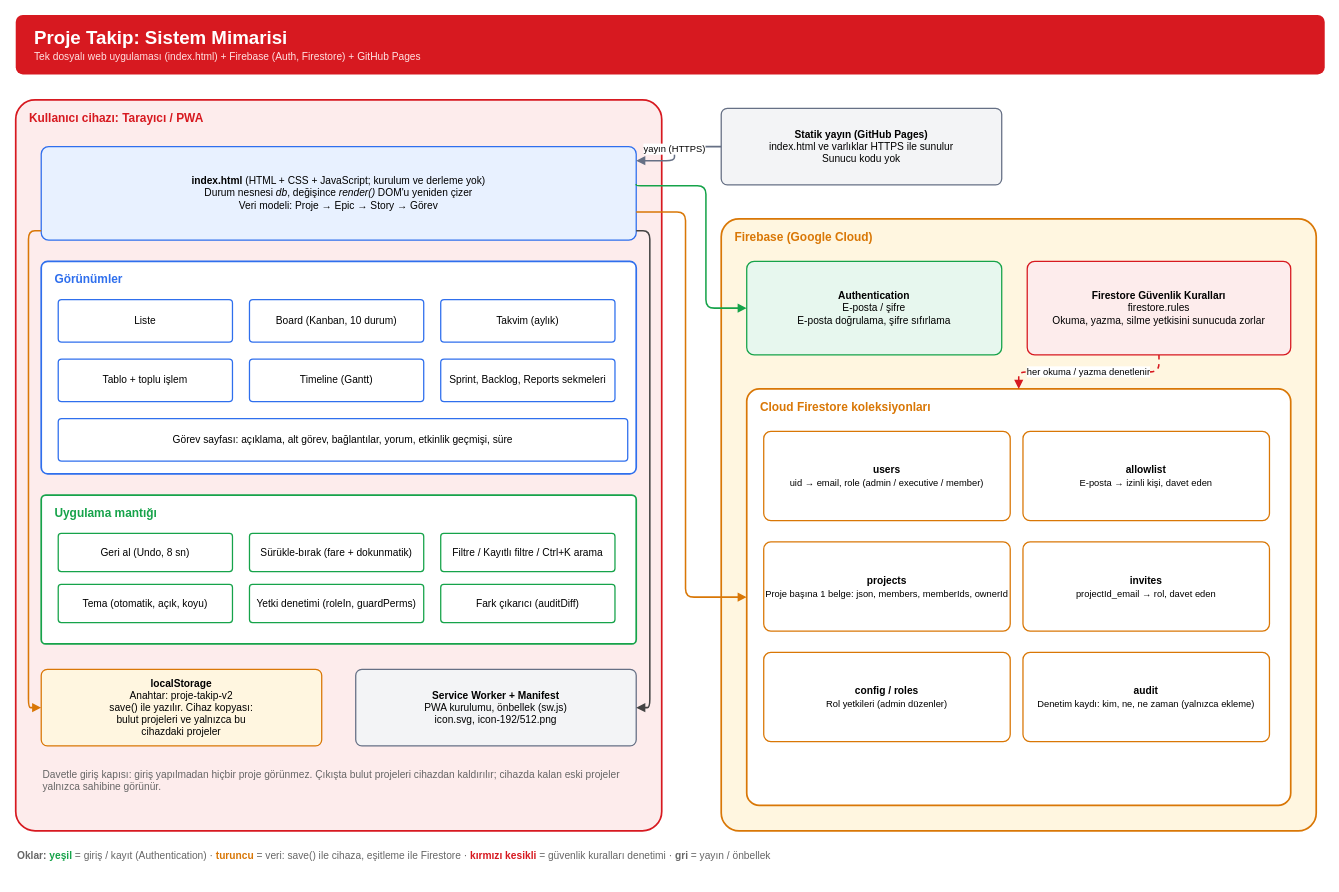
Before: page "1 - Sistem Mimarisi" (2 of 6) of proje-diyagrami.drawio in keremsa1id/STW, a draw.io diagram. Source tidied: cells renumbered, new cells numbered last; positions are measured from the earlier drawing's top-left corner, leaving out a move shared by most shapes. Both pictures are drawn from the tidied source at 85%, with x=0, y=0 at pixel (15, 14).
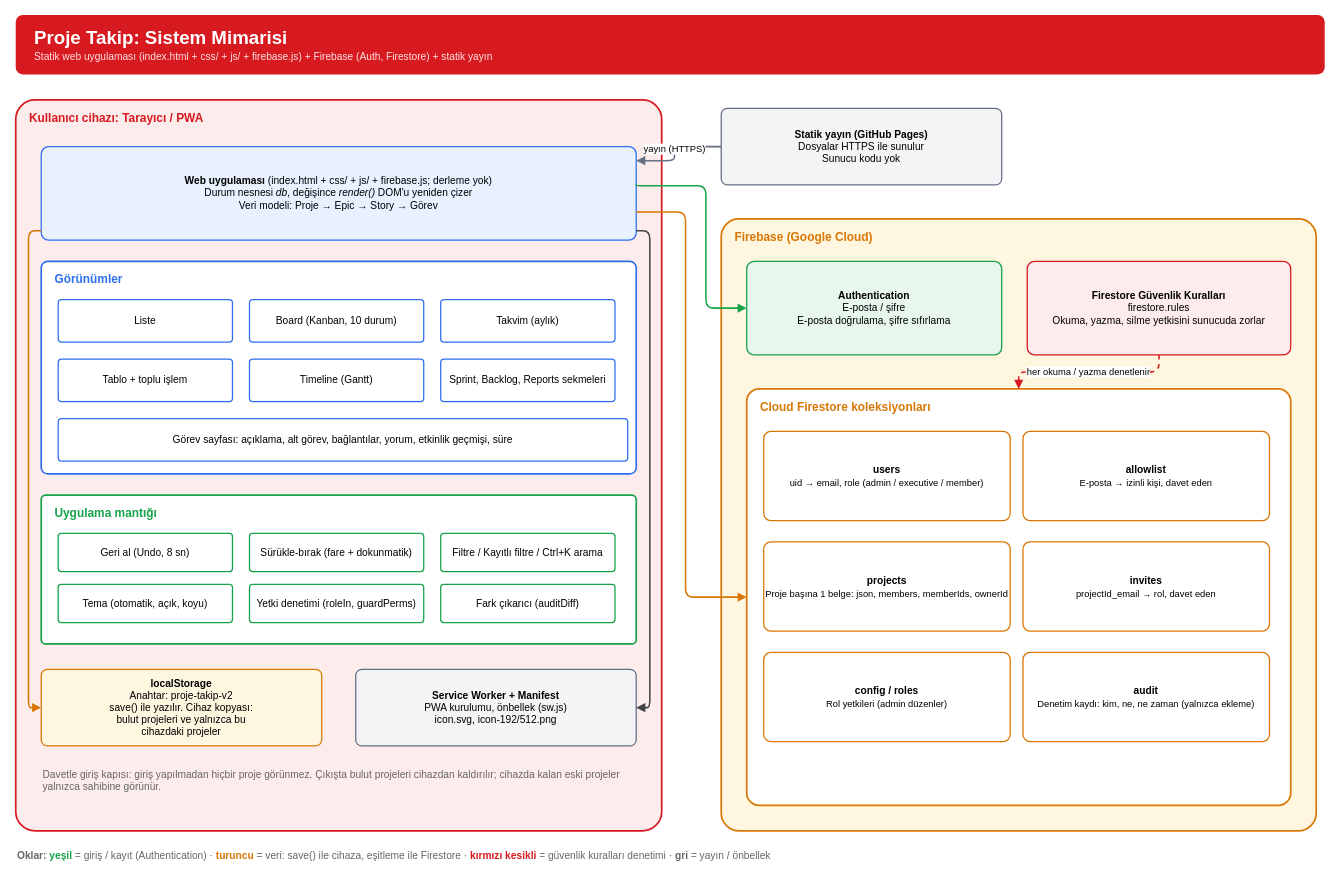
After the change.

Diff of the diagram source:
```diff
@@
-    <mxCell id="2" value="&lt;b style=&quot;font-size:22px&quot;&gt;Proje Takip: Sistem Mimarisi&lt;/b&gt;&lt;br&gt;&lt;span style=&quot;font-size:12px;color:#ffe3e3&quot;&gt;Tek dosyalı web uygulaması (index.html) + Firebase (Auth, Firestore) + GitHub Pages&lt;/span&gt;" style="rounded=1;whiteSpace=wrap;html=1;arcSize=8;fontSize=12;fontFamily=Helvetica;fillColor=#d71920;strokeColor=none;fontColor=#ffffff;align=left;spacingLeft=20;arcSize=12;" parent="1" vertex="1">
+    <mxCell id="2" value="&lt;b style=&quot;font-size:22px&quot;&gt;Proje Takip: Sistem Mimarisi&lt;/b&gt;&lt;br&gt;&lt;span style=&quot;font-size:12px;color:#ffe3e3&quot;&gt;Statik web uygulaması (index.html + css/ + js/ + firebase.js) + Firebase (Auth, Firestore) + statik yayın&lt;/span&gt;" style="rounded=1;whiteSpace=wrap;html=1;arcSize=8;fontSize=12;fontFamily=Helvetica;fillColor=#d71920;strokeColor=none;fontColor=#ffffff;align=left;spacingLeft=20;arcSize=12;" parent="1" vertex="1">
       <mxGeometry width="1540" height="70" as="geometry" />
     </mxCell>
@@
-    <mxCell id="4" value="&lt;b&gt;index.html&lt;/b&gt; (HTML + CSS + JavaScript; kurulum ve derleme yok)&lt;br&gt;Durum nesnesi &lt;i&gt;db&lt;/i&gt;, değişince &lt;i&gt;render()&lt;/i&gt; DOM'u yeniden çizer&lt;br&gt;Veri modeli: Proje → Epic → Story → Görev" style="rounded=1;whiteSpace=wrap;html=1;arcSize=8;fontSize=12;fontFamily=Helvetica;fillColor=#e8f1ff;strokeColor=#2f6fed;strokeWidth=1.5;shadow=0;" parent="1" vertex="1">
+    <mxCell id="4" value="&lt;b&gt;Web uygulaması&lt;/b&gt; (index.html + css/ + js/ + firebase.js; derleme yok)&lt;br&gt;Durum nesnesi &lt;i&gt;db&lt;/i&gt;, değişince &lt;i&gt;render()&lt;/i&gt; DOM'u yeniden çizer&lt;br&gt;Veri modeli: Proje → Epic → Story → Görev" style="rounded=1;whiteSpace=wrap;html=1;arcSize=8;fontSize=12;fontFamily=Helvetica;fillColor=#e8f1ff;strokeColor=#2f6fed;strokeWidth=1.5;shadow=0;" parent="1" vertex="1">
       <mxGeometry x="30" y="155" width="700" height="110" as="geometry" />
     </mxCell>
@@
-    <mxCell id="23" value="&lt;b&gt;Statik yayın (GitHub Pages)&lt;/b&gt;&lt;br&gt;index.html ve varlıklar HTTPS ile sunulur&lt;br&gt;Sunucu kodu yok" style="rounded=1;whiteSpace=wrap;html=1;arcSize=8;fontSize=12;fontFamily=Helvetica;fillColor=#f3f4f6;strokeColor=#667085;strokeWidth=1.5;shadow=0;" parent="1" vertex="1">
+    <mxCell id="23" value="&lt;b&gt;Statik yayın (GitHub Pages)&lt;/b&gt;&lt;br&gt;Dosyalar HTTPS ile sunulur&lt;br&gt;Sunucu kodu yok" style="rounded=1;whiteSpace=wrap;html=1;arcSize=8;fontSize=12;fontFamily=Helvetica;fillColor=#f3f4f6;strokeColor=#667085;strokeWidth=1.5;shadow=0;" parent="1" vertex="1">
       <mxGeometry x="830" y="110" width="330" height="90" as="geometry" />
     </mxCell>
```
